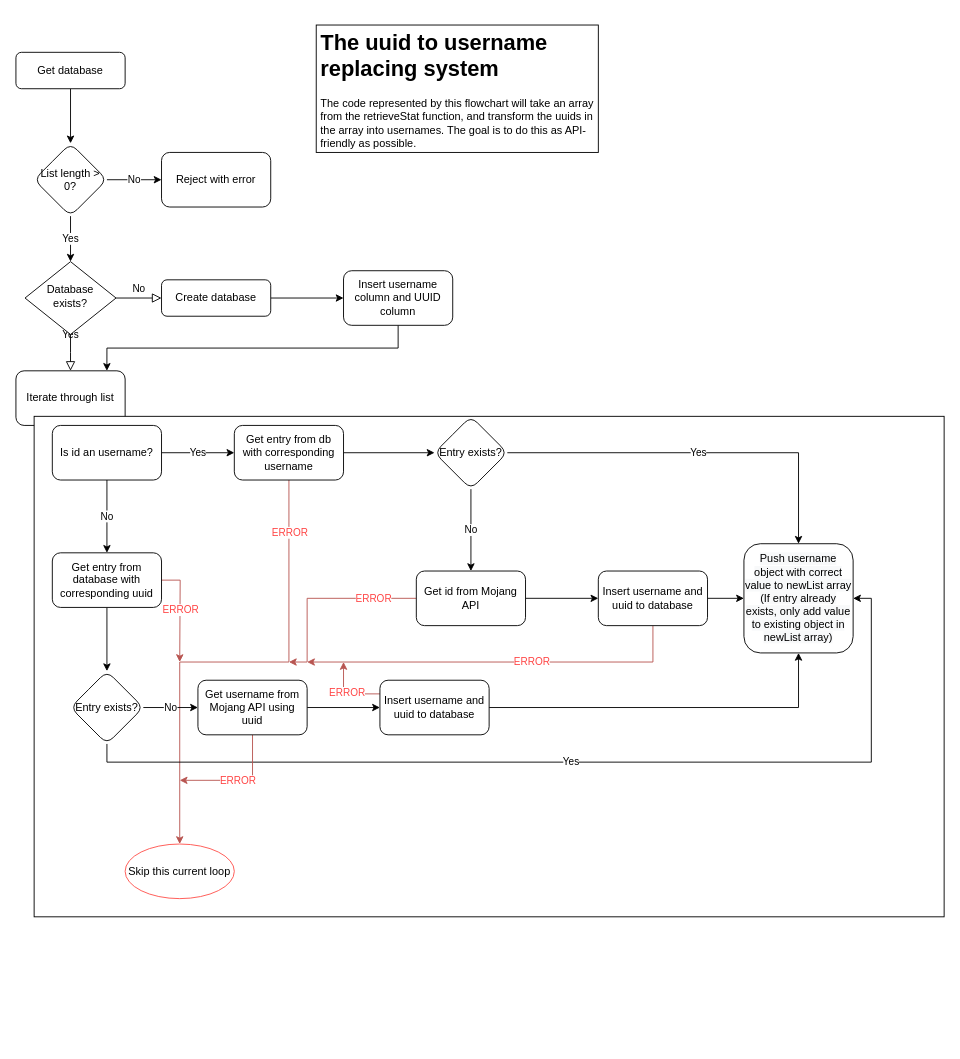
Earlier version of the draw.io diagram namereplacer.drawio (MindChirp/MineTrack). Source tidied: cells renumbered, new cells numbered last; positions are measured from the earlier drawing's top-left corner, leaving out a move shared by most shapes. Both pictures are drawn from the tidied source at 91%, with x=0, y=0 at pixel (15, 25).
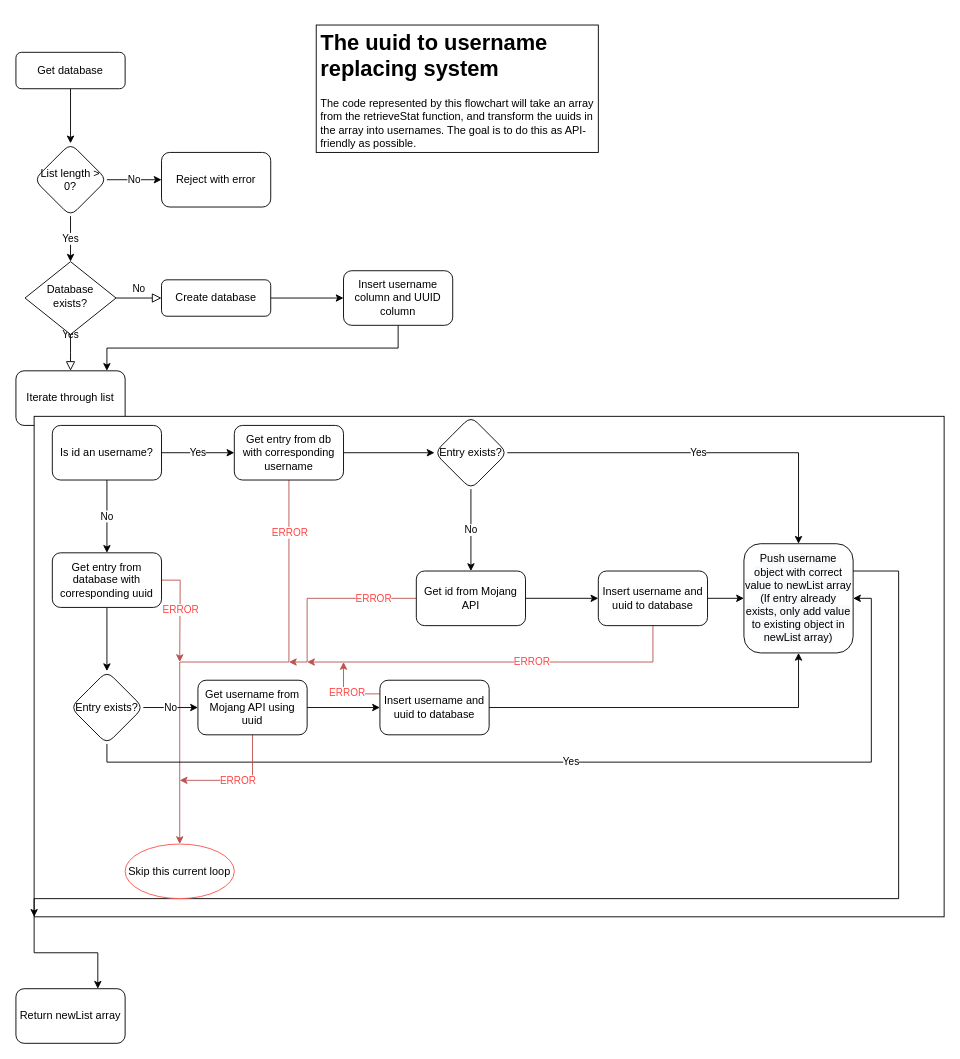
Above is the later version.

The change refers to these unchanged cells:
```xml
<mxCell id="16" style="whiteSpace=wrap;html=1;fillColor=default;" parent="1" vertex="1">
  <mxGeometry x="20" y="430" width="1000" height="550" as="geometry" />
</mxCell>
<mxCell id="39" value="&lt;span style=&quot;color: rgb(0 , 0 , 0) ; font-family: &amp;#34;helvetica&amp;#34; ; font-size: 12px ; font-style: normal ; font-weight: 400 ; letter-spacing: normal ; text-align: center ; text-indent: 0px ; text-transform: none ; word-spacing: 0px ; background-color: rgb(248 , 249 , 250) ; display: inline ; float: none&quot;&gt;Push username object with correct value to newList array (If entry already exists, only add value to existing object in newList array)&lt;/span&gt;" style="whiteSpace=wrap;html=1;rounded=1;fillColor=default;" parent="1" vertex="1">
  <mxGeometry x="800" y="570" width="120" height="120" as="geometry" />
</mxCell>
```

Diff of the diagram source:
```diff
@@
+    <mxCell id="53" style="edgeStyle=orthogonalEdgeStyle;rounded=0;jettySize=auto;html=1;exitX=0;exitY=1;exitDx=0;exitDy=0;entryX=0.75;entryY=0;entryDx=0;entryDy=0;" parent="1" edge="1" source="16" target="55">
+      <mxGeometry relative="1" as="geometry" />
+    </mxCell>
@@
+    <mxCell id="54" style="edgeStyle=orthogonalEdgeStyle;rounded=0;jettySize=auto;html=1;exitX=1;exitY=0.25;exitDx=0;exitDy=0;entryX=0;entryY=1;entryDx=0;entryDy=0;" parent="1" edge="1" source="39" target="16">
+      <mxGeometry relative="1" as="geometry">
+        <Array as="points">
+          <mxPoint x="970" y="600" />
+          <mxPoint x="970" y="960" />
+          <mxPoint x="20" y="960" />
+        </Array>
+      </mxGeometry>
+    </mxCell>
@@
+    <mxCell id="55" value="Return newList array" style="rounded=1;whiteSpace=wrap;html=1;" parent="1" vertex="1">
+      <mxGeometry y="1059" width="120" height="60" as="geometry" />
+    </mxCell>
```
